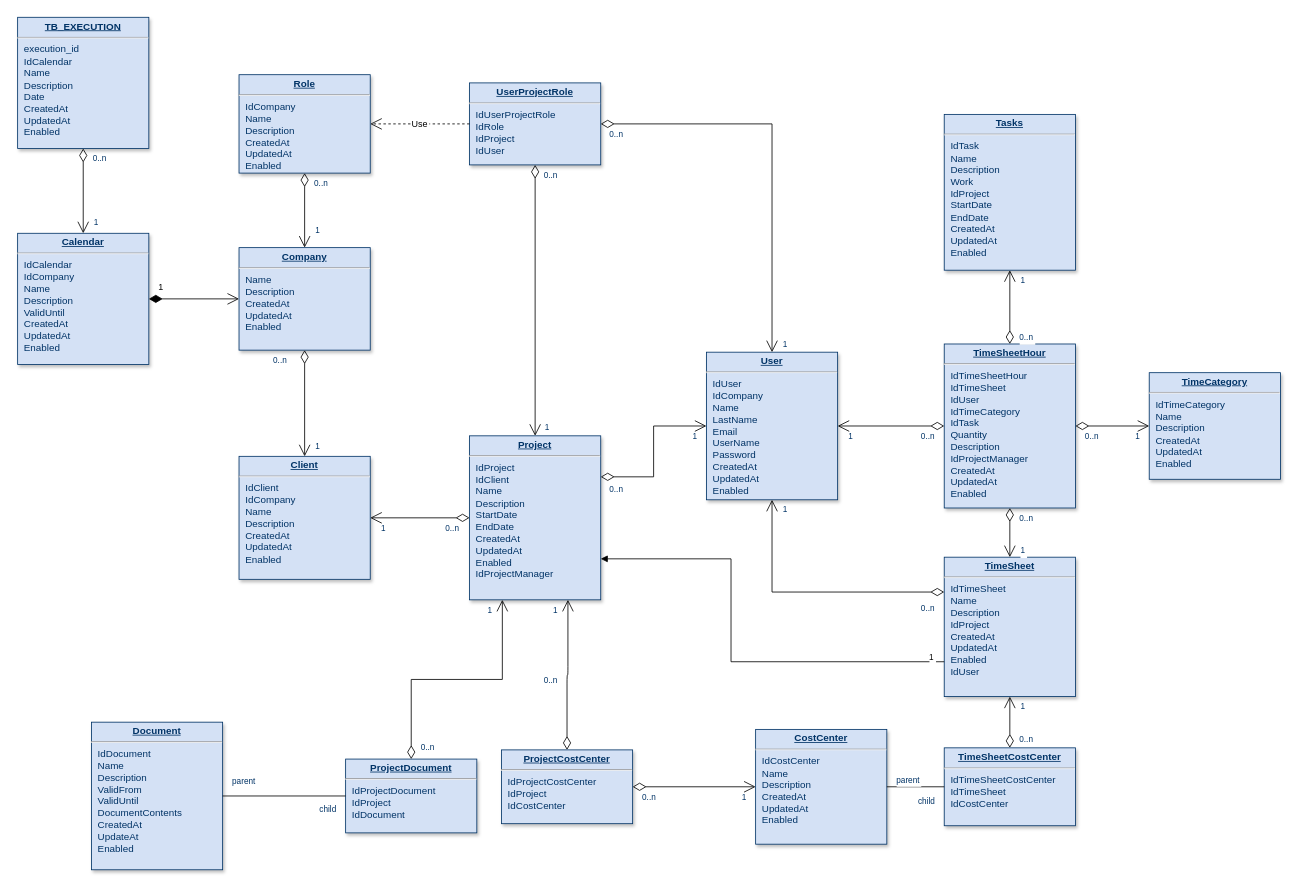
The draw.io diagram gat.drawio in filipefontenele/test, before the edit. Source tidied: cells renumbered, new cells numbered last; positions are measured from the earlier drawing's top-left corner, leaving out a move shared by most shapes. Both pictures are drawn from the tidied source at 82%, with x=0, y=0 at pixel (17, 17).
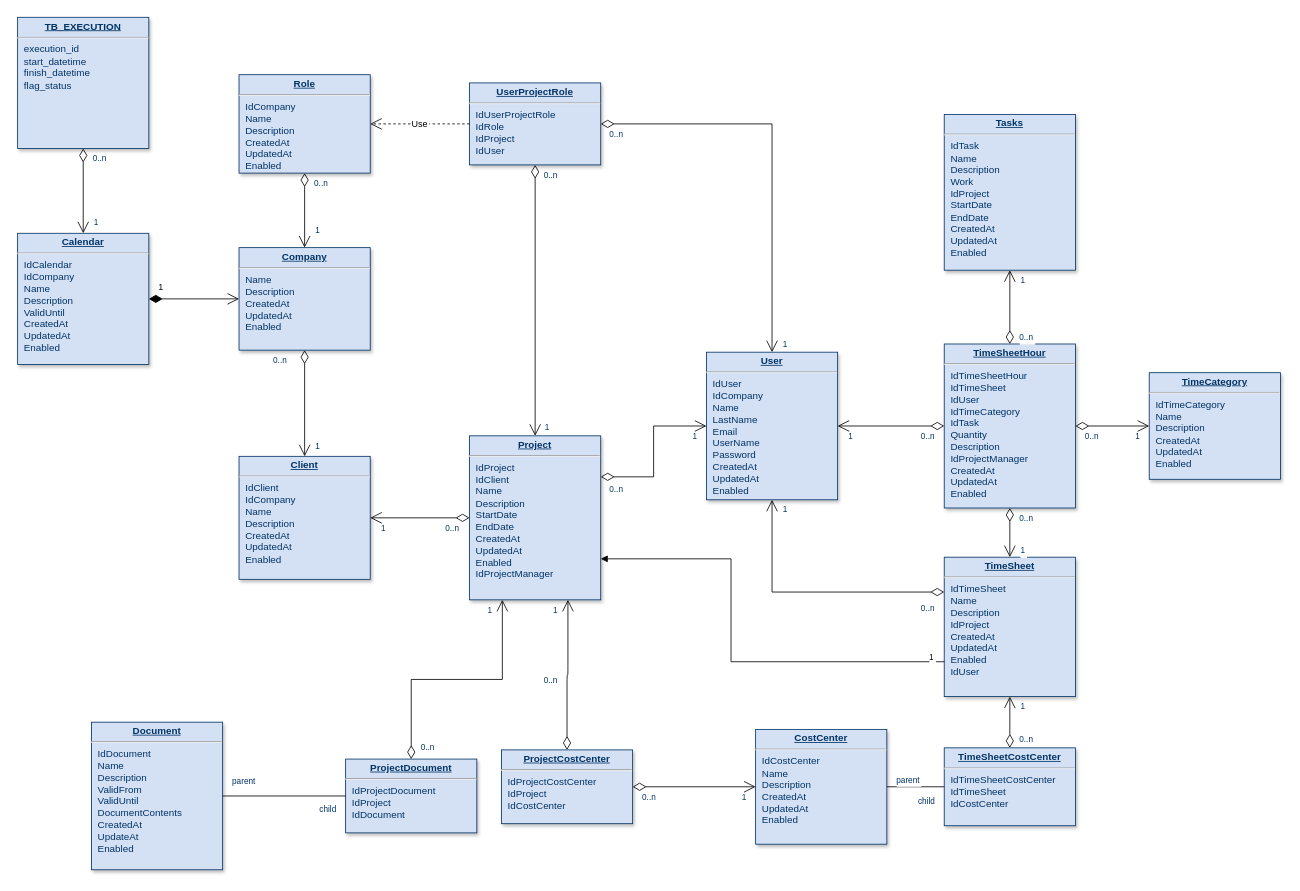
Above is the later version.

The edit, as a diff of the source:
```diff
@@
-    <mxCell id="8" value="&lt;p style=&quot;margin: 0px ; margin-top: 4px ; text-align: center ; text-decoration: underline&quot;&gt;&lt;strong&gt;TB_EXECUTION&lt;/strong&gt;&lt;/p&gt;&lt;hr&gt;&lt;p style=&quot;margin: 0px ; margin-left: 8px&quot;&gt;execution_id&lt;/p&gt;&lt;p style=&quot;margin: 0px ; margin-left: 8px&quot;&gt;IdCalendar&lt;/p&gt;&lt;p style=&quot;margin: 0px ; margin-left: 8px&quot;&gt;Name&lt;/p&gt;&lt;p style=&quot;margin: 0px ; margin-left: 8px&quot;&gt;Description&lt;/p&gt;&lt;p style=&quot;margin: 0px ; margin-left: 8px&quot;&gt;Date&lt;/p&gt;&lt;p style=&quot;margin: 0px ; margin-left: 8px&quot;&gt;CreatedAt&lt;/p&gt;&lt;p style=&quot;margin: 0px ; margin-left: 8px&quot;&gt;UpdatedAt&lt;/p&gt;&lt;p style=&quot;margin: 0px ; margin-left: 8px&quot;&gt;Enabled&lt;/p&gt;" style="verticalAlign=top;align=left;overflow=fill;fontSize=12;fontFamily=Helvetica;html=1;strokeColor=#003366;shadow=1;fillColor=#D4E1F5;fontColor=#003366;" parent="1" vertex="1">
+    <mxCell id="8" value="&lt;p style=&quot;margin: 0px ; margin-top: 4px ; text-align: center ; text-decoration: underline&quot;&gt;&lt;strong&gt;TB_EXECUTION&lt;/strong&gt;&lt;/p&gt;&lt;hr&gt;&lt;p style=&quot;margin: 0px ; margin-left: 8px&quot;&gt;execution_id&lt;/p&gt;&lt;p style=&quot;margin: 0px ; margin-left: 8px&quot;&gt;start_datetime&lt;/p&gt;&lt;p style=&quot;margin: 0px ; margin-left: 8px&quot;&gt;finish_datetime&lt;/p&gt;&lt;p style=&quot;margin: 0px ; margin-left: 8px&quot;&gt;flag_status&lt;/p&gt;" style="verticalAlign=top;align=left;overflow=fill;fontSize=12;fontFamily=Helvetica;html=1;strokeColor=#003366;shadow=1;fillColor=#D4E1F5;fontColor=#003366;" parent="1" vertex="1">
       <mxGeometry y="-0.4" width="160" height="160" as="geometry" />
     </mxCell>
```
